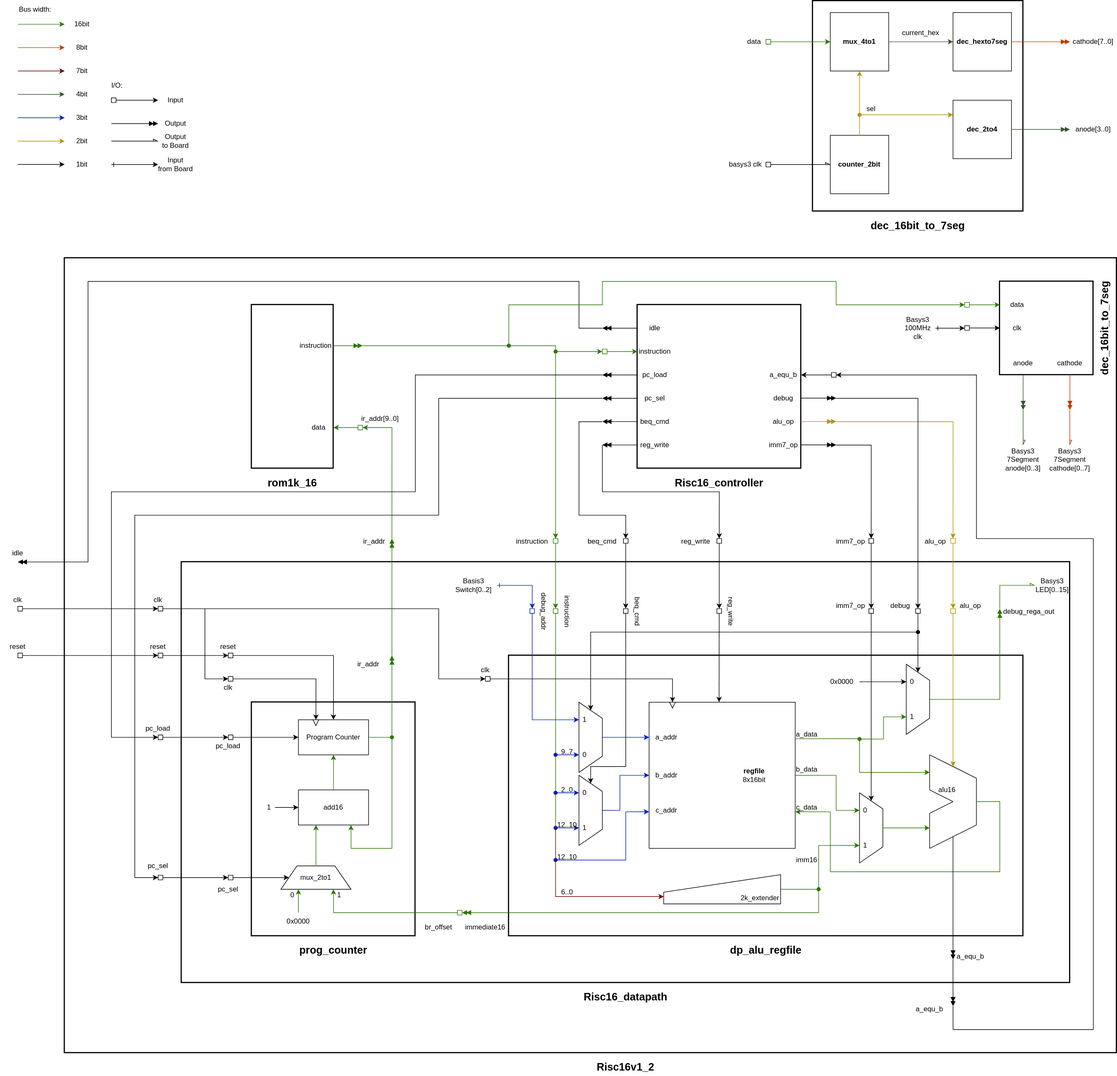
ole-hc/risc16-single-cycle-softcore keeps this draw.io diagram as figures/Risc16v1_2.drawio.svg. Above is the earlier version. Source tidied: cells renumbered, new cells last; positions are measured from the earlier drawing's top-left corner, leaving out a move shared by most shapes.
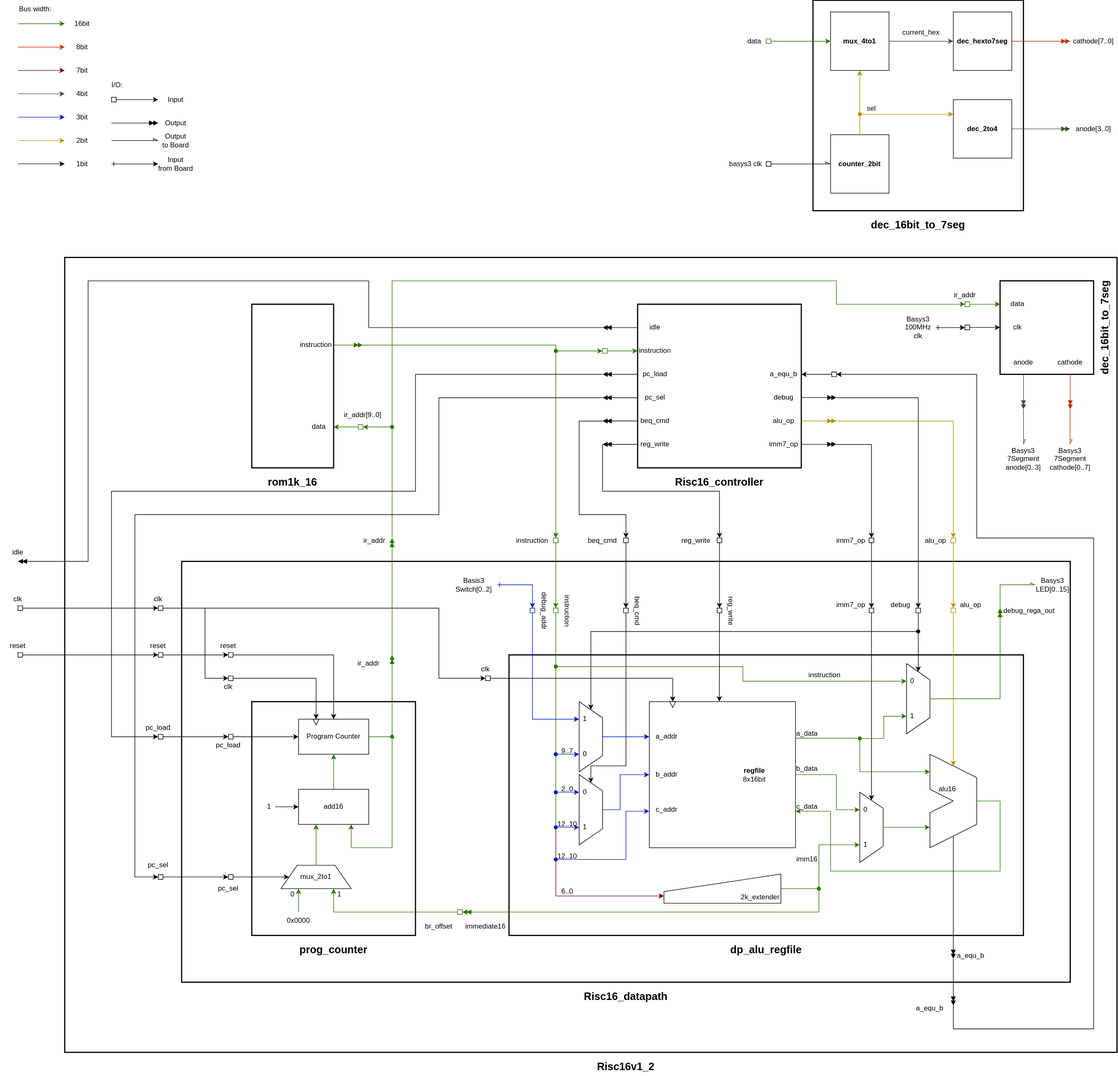
After the commit.

Commit message:
Fix ir_addr routing and connect instruction to leds

What changed in the source:
```diff
@@ -492,14 +492,15 @@
         </Array>
       </mxGeometry>
     </mxCell>
-    <mxCell id="112" style="endArrow=classic;html=1;rounded=0;entryX=0.75;entryY=1;entryDx=0;entryDy=0;" parent="1" edge="1" target="108">
+    <mxCell id="112" style="endArrow=classic;html=1;rounded=0;entryX=0.75;entryY=1;entryDx=0;entryDy=0;edgeStyle=orthogonalEdgeStyle;fillColor=#60a917;strokeColor=#2D7600;startArrow=oval;startFill=1;" parent="1" edge="1" target="108">
       <mxGeometry relative="1" as="geometry">
-        <mxPoint x="1470" y="1165" as="sourcePoint" />
+        <mxPoint x="950" y="1140" as="sourcePoint" />
+        <Array as="points">
+          <mxPoint x="1270" y="1140" />
+          <mxPoint x="1270" y="1165" />
+        </Array>
       </mxGeometry>
     </mxCell>
-    <mxCell id="113" value="0x0000" style="text;html=1;whiteSpace=wrap;strokeColor=none;fillColor=none;align=center;verticalAlign=middle;rounded=0;" parent="1" vertex="1">
-      <mxGeometry x="1410" y="1150" width="60" height="30" as="geometry" />
-    </mxCell>
     <mxCell id="114" style="endArrow=classic;html=1;rounded=0;edgeStyle=orthogonalEdgeStyle;entryX=1;entryY=0.5;entryDx=0;entryDy=0;startArrow=box;startFill=0;" parent="1" edge="1" target="108">
       <mxGeometry relative="1" as="geometry">
         <mxPoint x="1570" y="1040" as="sourcePoint" />
@@ -687,7 +688,7 @@
       <mxGeometry x="515" y="715" width="60" height="30" as="geometry" />
     </mxCell>
     <mxCell id="156" value="ir_addr[9..0]" style="text;html=1;whiteSpace=wrap;strokeColor=none;fillColor=none;align=center;verticalAlign=middle;rounded=0;" parent="1" vertex="1">
-      <mxGeometry x="620" y="700" width="60" height="30" as="geometry" />
+      <mxGeometry x="590" y="695" width="60" height="30" as="geometry" />
     </mxCell>
     <mxCell id="157" style="endArrow=doubleBlock;html=1;rounded=0;exitX=1;exitY=0.25;exitDx=0;exitDy=0;fillColor=#60a917;strokeColor=#2D7600;endFill=1;" parent="1" edge="1" source="151">
       <mxGeometry relative="1" as="geometry">
@@ -886,8 +887,8 @@
         <mxPoint x="1030" y="560" as="sourcePoint" />
         <mxPoint x="30" y="960" as="targetPoint" />
         <Array as="points">
-          <mxPoint x="990" y="560" />
-          <mxPoint x="990" y="480" />
+          <mxPoint x="630" y="560" />
+          <mxPoint x="630" y="480" />
           <mxPoint x="150" y="480" />
           <mxPoint x="150" y="960" />
         </Array>
@@ -1065,19 +1066,6 @@
     <mxCell id="230" value="anode" style="text;html=1;whiteSpace=wrap;strokeColor=none;fillColor=none;align=center;verticalAlign=middle;rounded=0;" parent="1" vertex="1">
       <mxGeometry x="1720" y="605" width="60" height="30" as="geometry" />
     </mxCell>
-    <mxCell id="231" style="endArrow=classic;html=1;rounded=0;edgeStyle=orthogonalEdgeStyle;startArrow=oval;startFill=1;fillColor=#60a917;strokeColor=#2D7600;" parent="1" edge="1">
-      <mxGeometry relative="1" as="geometry">
-        <mxPoint x="870" y="590" as="sourcePoint" />
-        <mxPoint x="1650" y="520" as="targetPoint" />
-        <Array as="points">
-          <mxPoint x="870" y="520" />
-          <mxPoint x="1030" y="520" />
-          <mxPoint x="1030" y="480" />
-          <mxPoint x="1430" y="480" />
-          <mxPoint x="1430" y="520" />
-        </Array>
-      </mxGeometry>
-    </mxCell>
     <mxCell id="232" style="endArrow=classic;html=1;rounded=0;startArrow=ERone;startFill=0;" parent="1" edge="1">
       <mxGeometry relative="1" as="geometry">
         <mxPoint x="1600" y="560" as="sourcePoint" />
@@ -1132,5 +1120,22 @@
     <mxCell id="243" value="data" style="text;html=1;whiteSpace=wrap;strokeColor=none;fillColor=none;align=center;verticalAlign=middle;rounded=0;" parent="1" vertex="1">
       <mxGeometry x="1260" y="55" width="60" height="30" as="geometry" />
     </mxCell>
+    <mxCell id="244" style="endArrow=classic;html=1;rounded=0;edgeStyle=orthogonalEdgeStyle;fillColor=#60a917;strokeColor=#2D7600;startArrow=oval;startFill=1;" parent="1" edge="1">
+      <mxGeometry relative="1" as="geometry">
+        <mxPoint x="670" y="730" as="sourcePoint" />
+        <mxPoint x="1650" y="520" as="targetPoint" />
+        <Array as="points">
+          <mxPoint x="670" y="480" />
+          <mxPoint x="1430" y="480" />
+          <mxPoint x="1430" y="520" />
+        </Array>
+      </mxGeometry>
+    </mxCell>
+    <mxCell id="245" value="ir_addr" style="text;html=1;whiteSpace=wrap;strokeColor=none;fillColor=none;align=center;verticalAlign=middle;rounded=0;" parent="1" vertex="1">
+      <mxGeometry x="1620" y="490" width="60" height="30" as="geometry" />
+    </mxCell>
+    <mxCell id="246" value="instruction" style="text;html=1;whiteSpace=wrap;strokeColor=none;fillColor=none;align=center;verticalAlign=middle;rounded=0;rotation=0;" parent="1" vertex="1">
+      <mxGeometry x="1380" y="1140" width="60" height="30" as="geometry" />
+    </mxCell>
   </root>
 </mxGraphModel>
```
